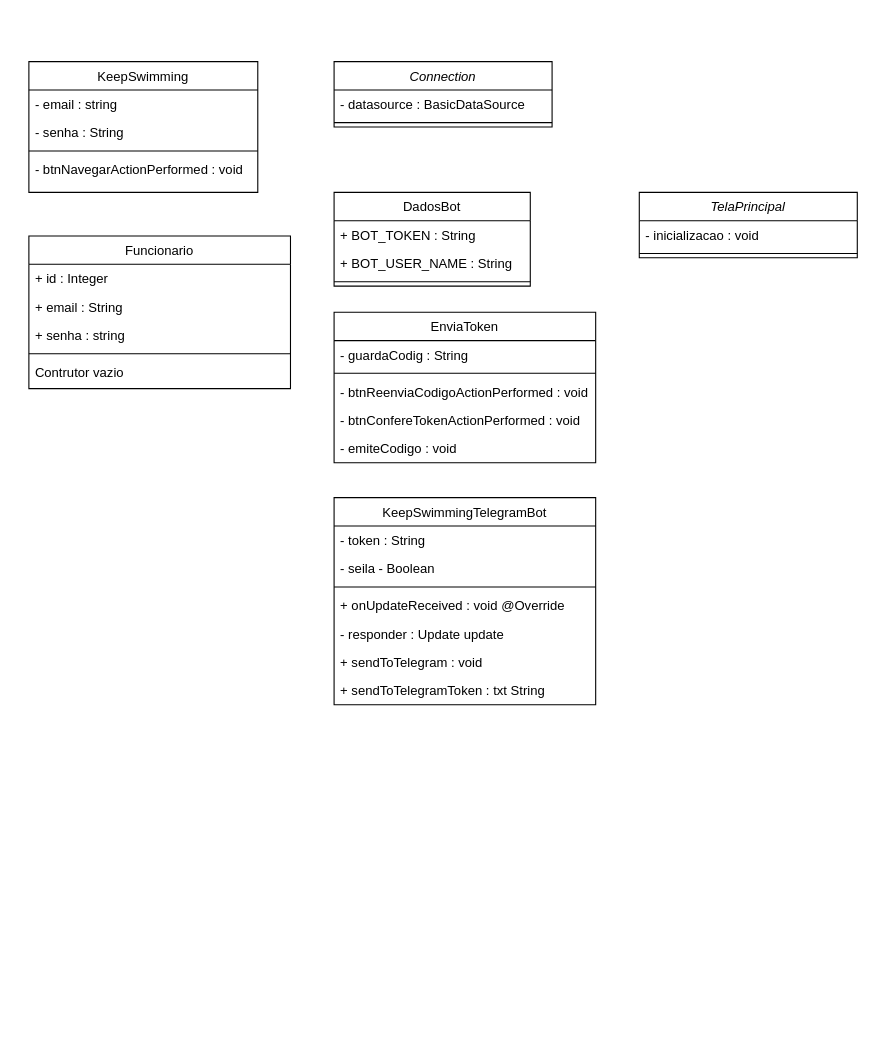
NetoOSantos/Keep-Swimming keeps this draw.io diagram as documentaçao/keepSwimming.drawio. Above is the earlier version. Source tidied: cells renumbered, new cells numbered last; positions are measured from the earlier drawing's top-left corner, leaving out a move shared by most shapes. Both pictures are drawn from the tidied source at 109%, with x=0, y=0 at pixel (28, 61).
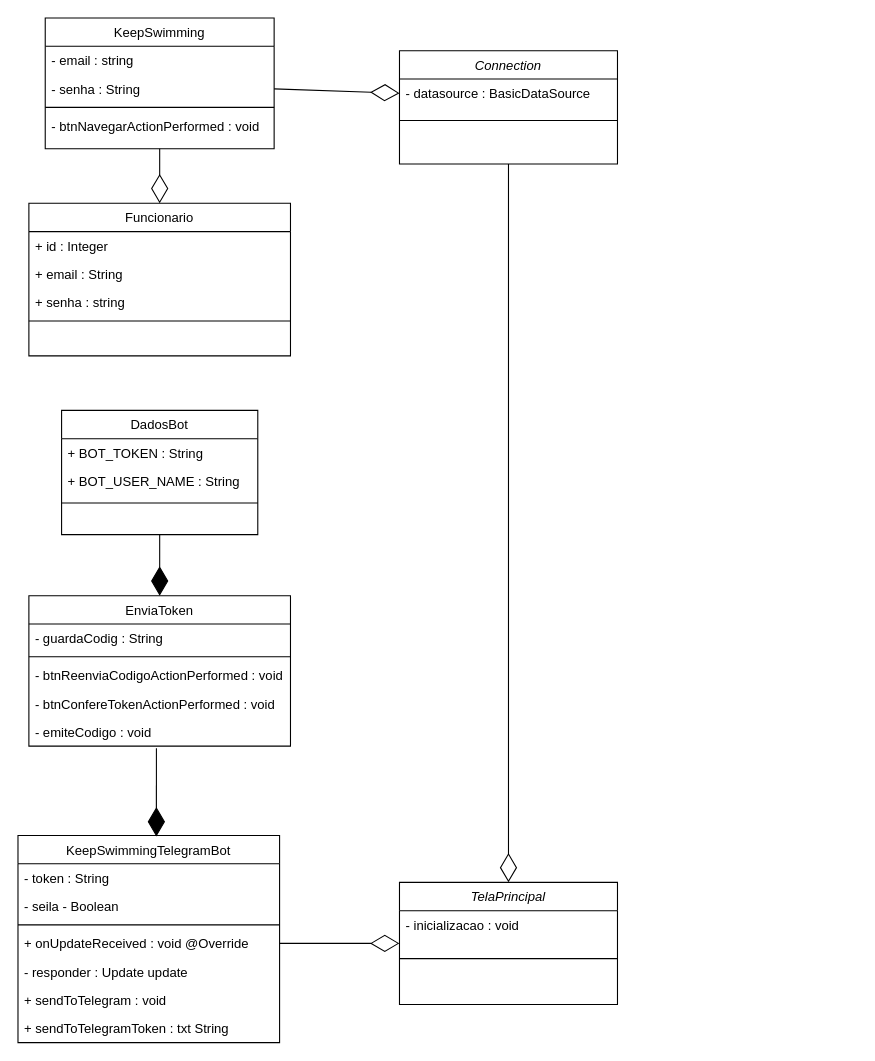
After the change.

Unchanged cells that the change refers to:
```xml
<mxCell id="3" value="- datasource : BasicDataSource" style="text;align=left;verticalAlign=top;spacingLeft=4;spacingRight=4;overflow=hidden;points=[[0,0.5],[1,0.5]];portConstraint=eastwest;" parent="2" vertex="1">
  <mxGeometry y="26" width="200" height="26" as="geometry" />
</mxCell>
<mxCell id="17" value="- senha : String" style="text;align=left;verticalAlign=top;spacingLeft=4;spacingRight=4;overflow=hidden;points=[[0,0.5],[1,0.5]];portConstraint=eastwest;" parent="15" vertex="1">
  <mxGeometry y="52" width="210" height="26" as="geometry" />
</mxCell>
<mxCell id="30" value="+ onUpdateReceived : void @Override" style="text;align=left;verticalAlign=top;spacingLeft=4;spacingRight=4;overflow=hidden;points=[[0,0.5],[1,0.5]];portConstraint=eastwest;" parent="26" vertex="1">
  <mxGeometry y="86" width="240" height="26" as="geometry" />
</mxCell>
```

What changed in the source:
```diff
@@
     <mxCell id="2" value="Connection" style="swimlane;fontStyle=2;align=center;verticalAlign=top;horizontal=1;startSize=26;rounded=0;shadow=0;strokeWidth=1;" parent="1" vertex="1">
-      <mxGeometry x="280" width="200" height="60" as="geometry" />
+      <mxGeometry x="340" y="-10" width="200" height="104" as="geometry" />
     </mxCell>
@@
     <mxCell id="4" style="line;html=1;strokeWidth=1;align=left;verticalAlign=middle;spacingTop=-1;spacingLeft=3;spacingRight=3;labelPosition=right;" parent="2" vertex="1">
-      <mxGeometry y="52" width="200" height="8" as="geometry" />
+      <mxGeometry y="52" width="200" height="24" as="geometry" />
     </mxCell>
     <mxCell id="5" value="EnviaToken" style="swimlane;fontStyle=0;align=center;verticalAlign=top;horizontal=1;startSize=26;rounded=0;shadow=0;strokeWidth=1;" parent="1" vertex="1">
-      <mxGeometry x="280" y="230" width="240" height="138" as="geometry" />
+      <mxGeometry y="490" width="240" height="138" as="geometry" />
     </mxCell>
@@
     <mxCell id="11" value="DadosBot" style="swimlane;fontStyle=0;align=center;verticalAlign=top;horizontal=1;startSize=26;rounded=0;shadow=0;strokeWidth=1;" parent="1" vertex="1">
-      <mxGeometry x="280" y="120" width="180" height="86" as="geometry" />
+      <mxGeometry x="30" y="320" width="180" height="114" as="geometry" />
     </mxCell>
@@
     <mxCell id="14" style="line;html=1;strokeWidth=1;align=left;verticalAlign=middle;spacingTop=-1;spacingLeft=3;spacingRight=3;labelPosition=right;" parent="11" vertex="1">
-      <mxGeometry y="78" width="180" height="8" as="geometry" />
+      <mxGeometry y="78" width="180" height="14" as="geometry" />
     </mxCell>
     <mxCell id="15" value="KeepSwimming" style="swimlane;fontStyle=0;align=center;verticalAlign=top;horizontal=1;startSize=26;rounded=0;shadow=0;strokeWidth=1;" parent="1" vertex="1">
-      <mxGeometry width="210" height="120" as="geometry" />
+      <mxGeometry x="15" y="-40" width="210" height="120" as="geometry" />
     </mxCell>
@@
     <mxCell id="20" value="Funcionario" style="swimlane;fontStyle=0;align=center;verticalAlign=top;horizontal=1;startSize=26;rounded=0;shadow=0;strokeWidth=1;" parent="1" vertex="1">
-      <mxGeometry y="160" width="240" height="140" as="geometry" />
+      <mxGeometry y="130" width="240" height="140" as="geometry" />
     </mxCell>
@@
-    <mxCell id="25" value="Contrutor vazio" style="text;align=left;verticalAlign=top;spacingLeft=4;spacingRight=4;overflow=hidden;" parent="20" vertex="1">
-      <mxGeometry y="112" width="240" height="26" as="geometry" />
-    </mxCell>
     <mxCell id="26" value="KeepSwimmingTelegramBot" style="swimlane;fontStyle=0;align=center;verticalAlign=top;horizontal=1;startSize=26;rounded=0;shadow=0;strokeWidth=1;" parent="1" vertex="1">
-      <mxGeometry x="280" y="400" width="240" height="190" as="geometry" />
+      <mxGeometry x="-10" y="710" width="240" height="190" as="geometry" />
     </mxCell>
@@
     <mxCell id="34" value="TelaPrincipal" style="swimlane;fontStyle=2;align=center;verticalAlign=top;horizontal=1;startSize=26;rounded=0;shadow=0;strokeWidth=1;" parent="1" vertex="1">
-      <mxGeometry x="560" y="120" width="200" height="60" as="geometry" />
+      <mxGeometry x="340" y="753" width="200" height="112" as="geometry" />
     </mxCell>
@@
     <mxCell id="36" style="line;html=1;strokeWidth=1;align=left;verticalAlign=middle;spacingTop=-1;spacingLeft=3;spacingRight=3;labelPosition=right;" parent="34" vertex="1">
-      <mxGeometry y="52" width="200" height="8" as="geometry" />
+      <mxGeometry y="52" width="200" height="36" as="geometry" />
     </mxCell>
+    <mxCell id="37" style="endArrow=diamondThin;endFill=0;endSize=24;html=1;rounded=0;exitX=0.5;exitY=1;exitDx=0;exitDy=0;entryX=0.5;entryY=0;entryDx=0;entryDy=0;" parent="1" edge="1" source="15" target="20">
+      <mxGeometry relative="1" as="geometry" />
+    </mxCell>
+    <mxCell id="38" style="endArrow=diamondThin;endFill=1;endSize=24;html=1;rounded=0;exitX=0.5;exitY=1;exitDx=0;exitDy=0;entryX=0.5;entryY=0;entryDx=0;entryDy=0;" parent="1" edge="1" source="11" target="5">
+      <mxGeometry relative="1" as="geometry" />
+    </mxCell>
+    <mxCell id="39" style="endArrow=diamondThin;endFill=1;endSize=24;html=1;rounded=0;entryX=0.529;entryY=0.005;entryDx=0;entryDy=0;entryPerimeter=0;" parent="1" edge="1" target="26">
+      <mxGeometry relative="1" as="geometry">
+        <mxPoint x="117" y="630" as="sourcePoint" />
+      </mxGeometry>
+    </mxCell>
+    <mxCell id="40" style="endArrow=diamondThin;endFill=0;endSize=24;html=1;rounded=0;exitX=1;exitY=0.5;exitDx=0;exitDy=0;entryX=0;entryY=0.5;entryDx=0;entryDy=0;" parent="1" edge="1" source="30" target="34">
+      <mxGeometry relative="1" as="geometry" />
+    </mxCell>
+    <mxCell id="41" style="endArrow=diamondThin;endFill=0;endSize=24;html=1;rounded=0;entryX=0;entryY=0.5;entryDx=0;entryDy=0;exitX=1;exitY=0.5;exitDx=0;exitDy=0;" parent="1" edge="1" source="17" target="3">
+      <mxGeometry relative="1" as="geometry" />
+    </mxCell>
+    <mxCell id="42" style="endArrow=diamondThin;endFill=0;endSize=24;html=1;rounded=0;entryX=0.5;entryY=0;entryDx=0;entryDy=0;exitX=0.5;exitY=1;exitDx=0;exitDy=0;" parent="1" edge="1" source="2" target="34">
+      <mxGeometry relative="1" as="geometry" />
+    </mxCell>
```
